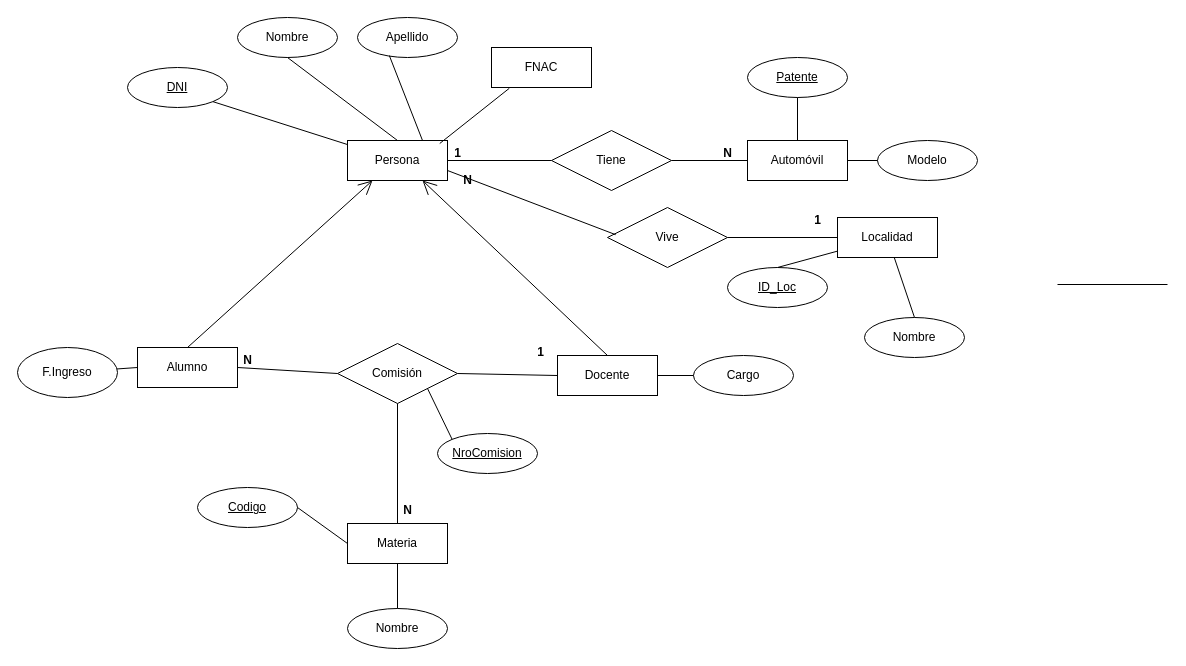
Above: modelado/DER.drawio in FedeManzano/Tp_Base_Datos_Aplicada (draw.io), before the change. Source tidied: cells renumbered, new cells numbered last; positions are measured from the earlier drawing's top-left corner, leaving out a move shared by most shapes. Both pictures are drawn from the tidied source at 100%, with x=0, y=0 at pixel (17, 17).
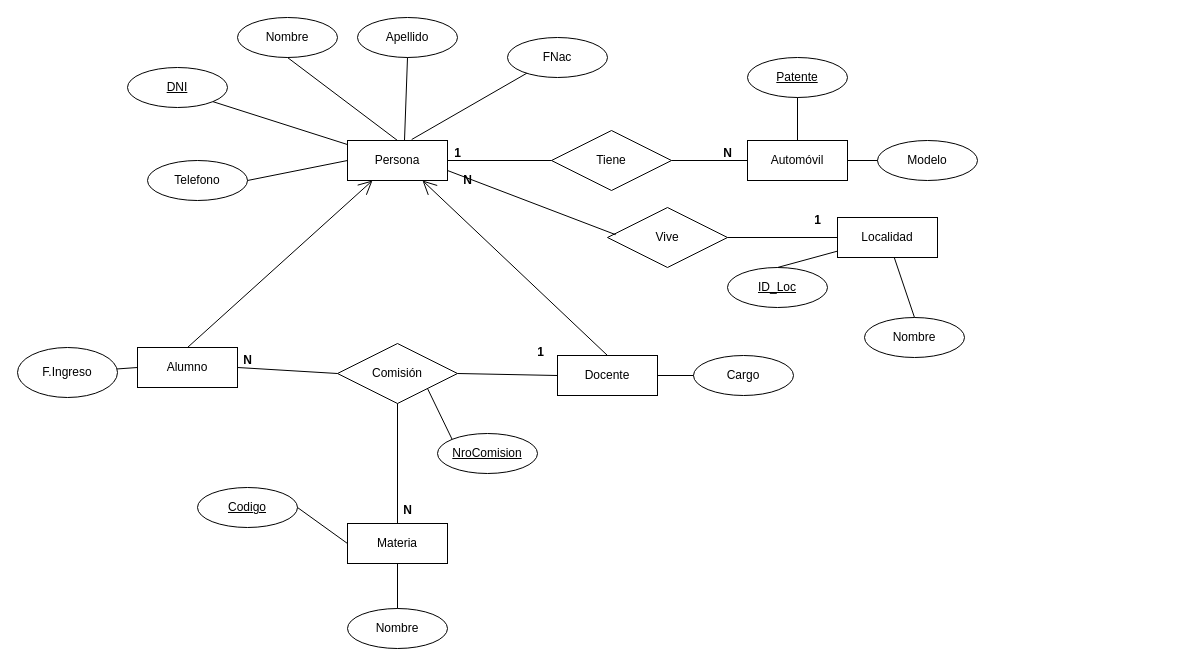
The same page after the edit.

Unchanged cells that the change refers to:
```xml
<mxCell id="2" value="Persona" style="whiteSpace=wrap;html=1;align=center;" parent="1" vertex="1">
  <mxGeometry x="330" y="123" width="100" height="40" as="geometry" />
</mxCell>
<mxCell id="17" value="Apellido" style="ellipse;whiteSpace=wrap;html=1;align=center;" parent="1" vertex="1">
  <mxGeometry x="340" width="100" height="40" as="geometry" />
</mxCell>
<mxCell id="21" value="1" style="text;align=center;fontStyle=1;verticalAlign=middle;spacingLeft=3;spacingRight=3;strokeColor=none;points=[[0,0.5],[1,0.5]];portConstraint=eastwest;html=1;" parent="1" vertex="1">
  <mxGeometry x="400" y="123" width="80" height="26" as="geometry" />
</mxCell>
```

Change to the diagram source:
```diff
@@
-    <mxCell id="18" style="endArrow=none;html=1;rounded=0;exitX=0.318;exitY=0.95;exitDx=0;exitDy=0;entryX=0.75;entryY=0;entryDx=0;entryDy=0;exitPerimeter=0;" parent="1" edge="1" source="17" target="2">
+    <mxCell id="18" style="endArrow=none;html=1;rounded=0;exitX=0.5;exitY=1;exitDx=0;exitDy=0;entryX=0.57;entryY=-0.005;entryDx=0;entryDy=0;entryPerimeter=0;" parent="1" edge="1" source="17" target="2">
       <mxGeometry relative="1" as="geometry" />
     </mxCell>
@@
-    <mxCell id="41" style="endArrow=none;html=1;rounded=0;" parent="1" edge="1">
-      <mxGeometry relative="1" as="geometry">
-        <mxPoint x="1040" y="267" as="sourcePoint" />
-        <mxPoint x="1150" y="267" as="targetPoint" />
-      </mxGeometry>
-    </mxCell>
@@
-    <mxCell id="51" value="FNAC" style="whiteSpace=wrap;html=1;align=center;" parent="1" vertex="1">
-      <mxGeometry x="474" y="30" width="100" height="40" as="geometry" />
-    </mxCell>
-    <mxCell id="52" style="endArrow=none;html=1;rounded=0;entryX=0.178;entryY=1.02;entryDx=0;entryDy=0;entryPerimeter=0;exitX=0.278;exitY=0.115;exitDx=0;exitDy=0;exitPerimeter=0;" parent="1" edge="1" source="21" target="51">
+    <mxCell id="52" style="endArrow=none;html=1;rounded=0;entryX=0.23;entryY=0.84;entryDx=0;entryDy=0;entryPerimeter=0;exitX=0.642;exitY=-0.025;exitDx=0;exitDy=0;exitPerimeter=0;" parent="1" edge="1" source="2" target="54">
       <mxGeometry relative="1" as="geometry" />
     </mxCell>
@@
+    <mxCell id="54" value="FNac" style="ellipse;whiteSpace=wrap;html=1;align=center;" parent="1" vertex="1">
+      <mxGeometry x="490" y="20" width="100" height="40" as="geometry" />
+    </mxCell>
+    <mxCell id="55" value="Telefono" style="ellipse;whiteSpace=wrap;html=1;align=center;" parent="1" vertex="1">
+      <mxGeometry x="130" y="143" width="100" height="40" as="geometry" />
+    </mxCell>
+    <mxCell id="56" style="endArrow=none;html=1;rounded=0;exitX=1;exitY=0.5;exitDx=0;exitDy=0;entryX=0;entryY=0.5;entryDx=0;entryDy=0;" parent="1" edge="1" source="55" target="2">
+      <mxGeometry relative="1" as="geometry" />
+    </mxCell>
```
